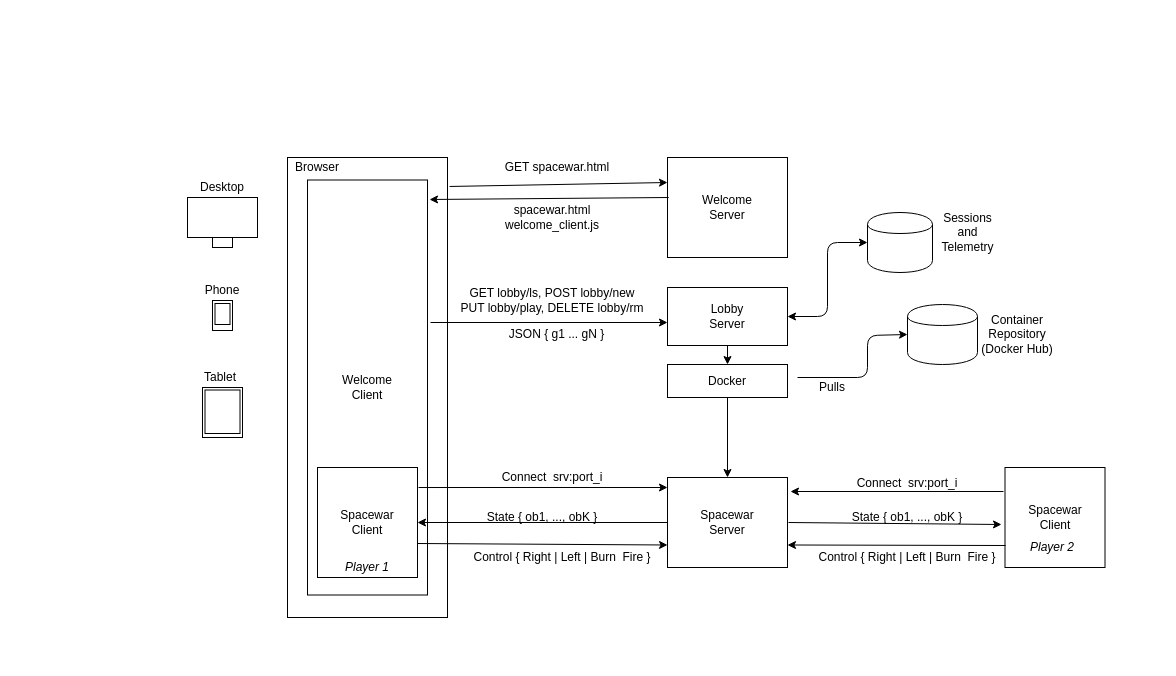
Above: page "Page-1" (1 of 2) of doc/spacewar-v2.drawio in markcornwell/spacewar (draw.io), before the change. Source tidied: cells renumbered, new cells numbered last; positions are measured from the earlier drawing's top-left corner, leaving out a move shared by most shapes. Both pictures are drawn from the tidied source at 100%, with x=0, y=0 at pixel (187, 157).
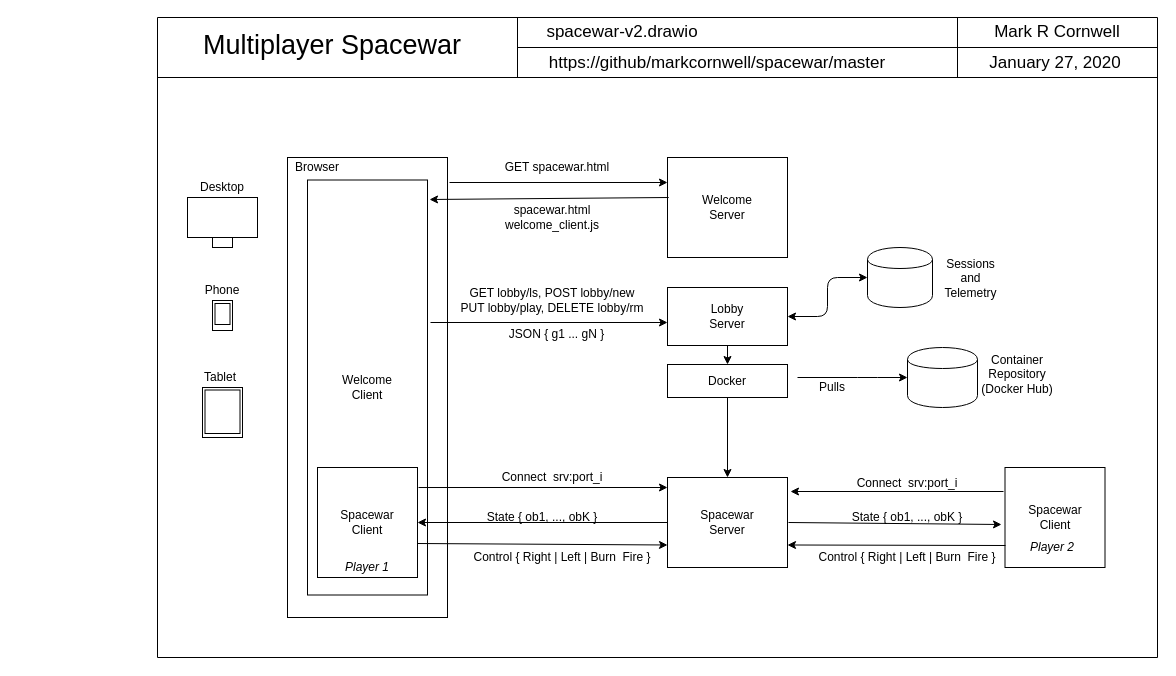
The same page after the edit.

Unchanged cells that the change refers to:
```xml
<mxCell id="2" style="rounded=0;whiteSpace=wrap;html=1;" parent="1" vertex="1">
  <mxGeometry x="100" width="160" height="460" as="geometry" />
</mxCell>
<mxCell id="11" value="Welcome&lt;br&gt;Server" style="rounded=0;whiteSpace=wrap;html=1;" parent="1" vertex="1">
  <mxGeometry x="480" width="120" height="100" as="geometry" />
</mxCell>
<mxCell id="13" value="Lobby&lt;br&gt;Server" style="rounded=0;whiteSpace=wrap;html=1;" parent="1" vertex="1">
  <mxGeometry x="480" y="130" width="120" height="58" as="geometry" />
</mxCell>
```

The edit, as a diff of the source:
```diff
@@
     <mxCell id="17" style="shape=cylinder;whiteSpace=wrap;html=1;boundedLbl=1;backgroundOutline=1;" parent="1" vertex="1">
-      <mxGeometry x="680" y="55" width="65" height="60" as="geometry" />
+      <mxGeometry x="680" y="90" width="65" height="60" as="geometry" />
     </mxCell>
     <mxCell id="18" value="Sessions&lt;br&gt;and&lt;br&gt;Telemetry" style="text;html=1;align=center;verticalAlign=middle;" parent="1" vertex="1">
-      <mxGeometry x="745" y="50" width="70" height="50" as="geometry" />
+      <mxGeometry x="747.5" y="96" width="70" height="50" as="geometry" />
     </mxCell>
@@
-    <mxCell id="33" style="endArrow=classic;html=1;entryX=0;entryY=0.25;entryDx=0;entryDy=0;exitX=1.013;exitY=0.063;exitDx=0;exitDy=0;exitPerimeter=0;" parent="1" edge="1" source="2" target="11">
-      <mxGeometry relative="1" as="geometry" />
+    <mxCell id="33" style="endArrow=classic;html=1;entryX=0;entryY=0.25;entryDx=0;entryDy=0;" parent="1" edge="1" target="11">
+      <mxGeometry relative="1" as="geometry">
+        <mxPoint x="262" y="25" as="sourcePoint" />
+      </mxGeometry>
     </mxCell>
@@
     <mxCell id="36" style="endArrow=classic;startArrow=classic;html=1;exitX=1;exitY=0.5;exitDx=0;exitDy=0;entryX=0;entryY=0.5;entryDx=0;entryDy=0;" parent="1" edge="1" source="13" target="17">
       <mxGeometry relative="1" as="geometry">
         <Array as="points">
           <mxPoint x="640" y="159" />
-          <mxPoint x="640" y="85" />
+          <mxPoint x="640" y="120" />
         </Array>
       </mxGeometry>
     </mxCell>
     <mxCell id="37" style="shape=cylinder;whiteSpace=wrap;html=1;boundedLbl=1;backgroundOutline=1;" parent="1" vertex="1">
-      <mxGeometry x="720" y="147" width="70" height="60" as="geometry" />
+      <mxGeometry x="720" y="190" width="70" height="60" as="geometry" />
     </mxCell>
     <mxCell id="38" value="Container Repository&lt;br&gt;(Docker Hub)" style="text;html=1;strokeColor=none;fillColor=none;align=center;verticalAlign=middle;whiteSpace=wrap;rounded=0;" parent="1" vertex="1">
-      <mxGeometry x="780" y="167" width="100" height="20" as="geometry" />
+      <mxGeometry x="780" y="207" width="100" height="20" as="geometry" />
     </mxCell>
     <mxCell id="39" style="endArrow=classic;html=1;entryX=0;entryY=0.5;entryDx=0;entryDy=0;" parent="1" edge="1" target="37">
       <mxGeometry relative="1" as="geometry">
         <mxPoint x="610" y="220" as="sourcePoint" />
         <Array as="points">
           <mxPoint x="680" y="220" />
-          <mxPoint x="680" y="178" />
         </Array>
       </mxGeometry>
     </mxCell>
@@
+    <mxCell id="50" style="endArrow=none;html=1;" parent="1" edge="1">
+      <mxGeometry relative="1" as="geometry">
+        <mxPoint x="-30" y="500" as="sourcePoint" />
+        <mxPoint x="-30" y="-140" as="targetPoint" />
+      </mxGeometry>
+    </mxCell>
+    <mxCell id="51" style="endArrow=none;html=1;" parent="1" edge="1">
+      <mxGeometry relative="1" as="geometry">
+        <mxPoint x="-30" y="500" as="sourcePoint" />
+        <mxPoint x="970" y="500" as="targetPoint" />
+      </mxGeometry>
+    </mxCell>
+    <mxCell id="52" style="endArrow=none;html=1;" parent="1" edge="1">
+      <mxGeometry relative="1" as="geometry">
+        <mxPoint x="970" y="-140" as="sourcePoint" />
+        <mxPoint x="970" y="500" as="targetPoint" />
+      </mxGeometry>
+    </mxCell>
+    <mxCell id="53" style="endArrow=none;html=1;" parent="1" edge="1">
+      <mxGeometry relative="1" as="geometry">
+        <mxPoint x="-30" y="-140" as="sourcePoint" />
+        <mxPoint x="970" y="-140" as="targetPoint" />
+      </mxGeometry>
+    </mxCell>
+    <mxCell id="54" value="Multiplayer Spacewar" style="text;html=1;strokeColor=none;fillColor=none;align=center;verticalAlign=middle;whiteSpace=wrap;rounded=0;fontSize=27;" parent="1" vertex="1">
+      <mxGeometry x="-170" y="-122" width="630" height="20" as="geometry" />
+    </mxCell>
+    <mxCell id="55" style="endArrow=none;html=1;fontSize=27;" parent="1" edge="1">
+      <mxGeometry relative="1" as="geometry">
+        <mxPoint x="970" y="-80" as="sourcePoint" />
+        <mxPoint x="-30" y="-80" as="targetPoint" />
+      </mxGeometry>
+    </mxCell>
+    <mxCell id="56" style="endArrow=none;html=1;fontSize=27;" parent="1" edge="1">
+      <mxGeometry relative="1" as="geometry">
+        <mxPoint x="330" y="-80" as="sourcePoint" />
+        <mxPoint x="330" y="-140" as="targetPoint" />
+      </mxGeometry>
+    </mxCell>
+    <mxCell id="57" style="endArrow=none;html=1;fontSize=27;" parent="1" edge="1">
+      <mxGeometry relative="1" as="geometry">
+        <mxPoint x="970" y="-110" as="sourcePoint" />
+        <mxPoint x="330" y="-110" as="targetPoint" />
+      </mxGeometry>
+    </mxCell>
+    <mxCell id="58" style="endArrow=none;html=1;fontSize=27;" parent="1" edge="1">
+      <mxGeometry relative="1" as="geometry">
+        <mxPoint x="770" y="-80" as="sourcePoint" />
+        <mxPoint x="770" y="-140" as="targetPoint" />
+      </mxGeometry>
+    </mxCell>
+    <mxCell id="59" value="Mark R Cornwell" style="text;html=1;strokeColor=none;fillColor=none;align=center;verticalAlign=middle;whiteSpace=wrap;rounded=0;fontSize=17;" parent="1" vertex="1">
+      <mxGeometry x="780" y="-135" width="180" height="20" as="geometry" />
+    </mxCell>
+    <mxCell id="60" value="spacewar-v2.drawio" style="text;html=1;strokeColor=none;fillColor=none;align=center;verticalAlign=middle;whiteSpace=wrap;rounded=0;fontSize=17;" parent="1" vertex="1">
+      <mxGeometry x="340" y="-135" width="190" height="20" as="geometry" />
+    </mxCell>
+    <mxCell id="61" value="https://github/markcornwell/spacewar/master" style="text;html=1;strokeColor=none;fillColor=none;align=center;verticalAlign=middle;whiteSpace=wrap;rounded=0;fontSize=17;" parent="1" vertex="1">
+      <mxGeometry x="370" y="-108" width="320" height="28" as="geometry" />
+    </mxCell>
+    <mxCell id="62" value="January 27, 2020" style="text;html=1;strokeColor=none;fillColor=none;align=center;verticalAlign=middle;whiteSpace=wrap;rounded=0;fontSize=17;" parent="1" vertex="1">
+      <mxGeometry x="767.5" y="-104" width="200" height="20" as="geometry" />
+    </mxCell>
```
